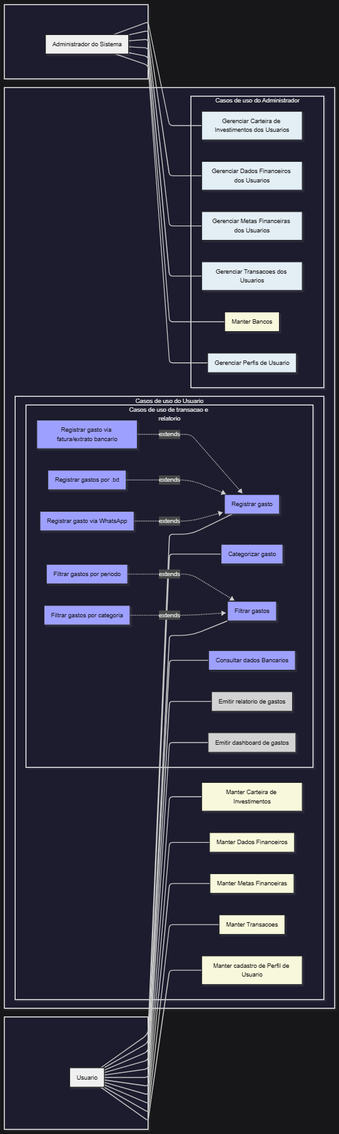
This is documentation/diagramas-e-matrizes-do-projeto/images/casos-de-uso.png from BolsoDireitoTeam/BolsoDireito, a Mermaid export, as it was before one commit. Its source is kept beside it as documentation/diagramas-e-matrizes-do-projeto/scripts-mermaid/casos-de-uso.mmd. Source of this version:
```mermaid
flowchart LR
  subgraph LEFT[" "]
    direction TB
    U["Usuario"]
  end

  subgraph SYS[" "]
    direction LR

    subgraph USERAREA["Casos de uso do Usuario"]
      direction TB
      UCI["Manter Carteira de Investimentos"]
      UDF["Manter Dados Financeiros"]
      UMF["Manter Metas Financeiras"]
      UTR["Manter Transacoes"]
      UPU["Manter cadastro de Perfil de Usuario"]

      subgraph DET["Casos de uso de transacao e relatorio"]
        direction TB
        REGM["Registrar gasto"]
        REGW["Registrar gasto via WhatsApp"]
        REGT["Registrar gastos por .txt"]
        REXT["Registrar gasto via fatura/extrato bancario"]
        CATG["Categorizar gasto"]
        FILT["Filtrar gastos"]
        FILC["Filtrar gastos por categoria"]
        FILP["Filtrar gastos por periodo"]
        RBC["Consultar dados Bancarios"]
        RPDF["Emitir relatorio de gastos"]
        RDASH["Emitir dashboard de gastos"]
      end
    end

    subgraph ADMINAREA["Casos de uso do Administrador"]
      direction TB
      ACI["Gerenciar Carteira de Investimentos dos Usuarios"]
      ADF["Gerenciar Dados Financeiros dos Usuarios"]
      AMF["Gerenciar Metas Financeiras dos Usuarios"]
      ATR["Gerenciar Transacoes dos Usuarios"]
      ABC["Manter Bancos"]
      APU["Gerenciar Perfis de Usuario"]
    end
  end

  subgraph RIGHT[" "]
    direction TB
    A["Administrador do Sistema"]
  end

  U --- UCI
  U --- UDF
  U --- UMF
  U --- UTR
  U --- UPU

  A --- ACI
  A --- ADF
  A --- AMF
  A --- ATR
  A --- ABC
  A --- APU

  U --- REGM
  U --- CATG
  U --- FILT
  U --- RBC
  U --- RPDF
  U --- RDASH

  REGW -.->|extends| REGM
  REGT -.->|extends| REGM
  REXT -.->|extends| REGM

  FILC -.->|extends| FILT
  FILP -.->|extends| FILT

  classDef papeisUsuario fill:#f0f0f0,stroke:#222,stroke-width:2px,color:#111;
  classDef crud fill:#f8f8dc,stroke:#222,stroke-width:1.5px,color:#111;
  classDef gerencia fill:#e3eef5,stroke:#222,stroke-width:1.5px,color:#111;
  classDef transacao fill:#9ea0ff,stroke:#222,stroke-width:1.5px,color:#111;
  classDef relatorio fill:#d3d3d3,stroke:#222,stroke-width:1.5px,color:#111;
  classDef invisivel fill:transparent,stroke:transparent,color:transparent;

  class U,A papeisUsuario;
  class UCI,UDF,UMF,UTR,UPU,ABC crud;
  class APU,ACI,ADF,AMF,ATR gerencia;
  class RBC,REGM,REGW,REGT,CATG,FILT,FILC,FILP,REXT transacao;
  class RPDF,RDASH relatorio;
```
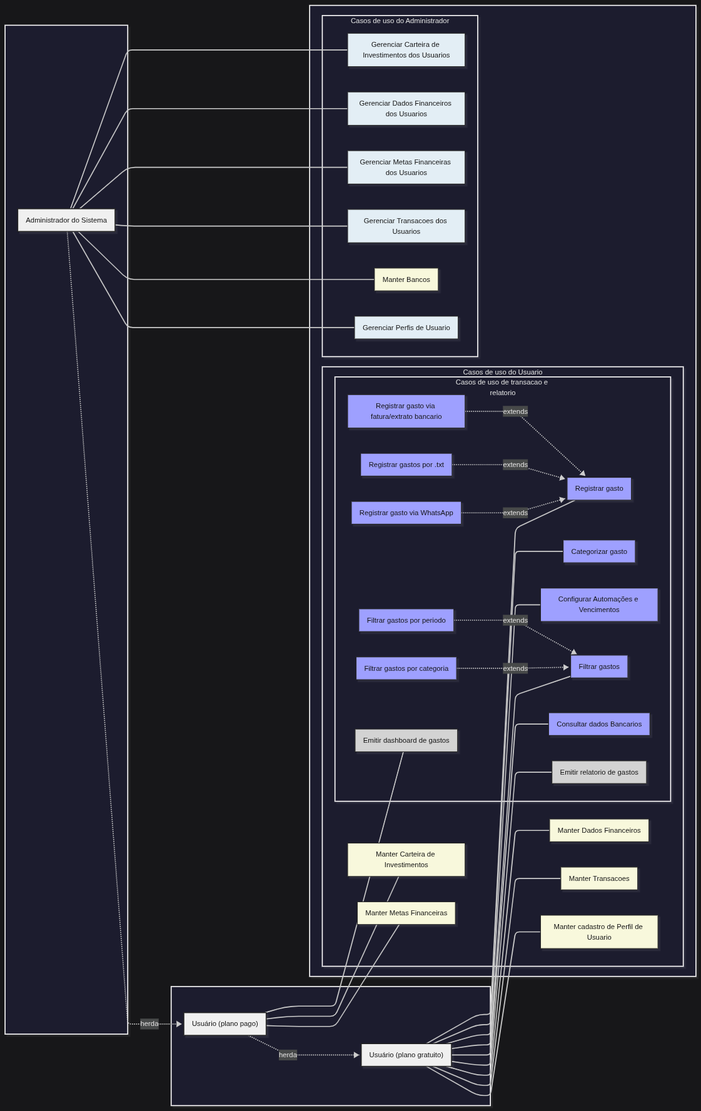
After the change.

Change to the diagram source:
```diff
@@ -1,7 +1,8 @@
 flowchart LR
   subgraph LEFT[" "]
     direction TB
-    U["Usuario"]
+    UG["Usuário (plano gratuito)"]
+    UP["Usuário (plano pago)"]
   end
 
   subgraph SYS[" "]
@@ -22,6 +23,7 @@
         REGT["Registrar gastos por .txt"]
         REXT["Registrar gasto via fatura/extrato bancario"]
         CATG["Categorizar gasto"]
+        AUTM["Configurar Automações e Vencimentos"]
         FILT["Filtrar gastos"]
         FILC["Filtrar gastos por categoria"]
         FILP["Filtrar gastos por periodo"]
@@ -47,12 +49,15 @@
     A["Administrador do Sistema"]
   end
 
-  U --- UCI
-  U --- UDF
-  U --- UMF
-  U --- UTR
-  U --- UPU
+  UG --- UDF
+  UG --- UTR
+  UG --- UPU
 
+  UP -.->|herda| UG
+  UP --- UCI
+  UP --- UMF
+
+  A -.->|herda| UP
   A --- ACI
   A --- ADF
   A --- AMF
@@ -60,12 +65,14 @@
   A --- ABC
   A --- APU
 
-  U --- REGM
-  U --- CATG
-  U --- FILT
-  U --- RBC
-  U --- RPDF
-  U --- RDASH
+  UG --- REGM
+  UG --- CATG
+  UG --- AUTM
+  UG --- FILT
+  UG --- RBC
+  UG --- RPDF
+
+  UP --- RDASH
 
   REGW -.->|extends| REGM
   REGT -.->|extends| REGM
@@ -81,8 +88,8 @@
   classDef relatorio fill:#d3d3d3,stroke:#222,stroke-width:1.5px,color:#111;
   classDef invisivel fill:transparent,stroke:transparent,color:transparent;
 
-  class U,A papeisUsuario;
+  class UG,UP,A papeisUsuario;
   class UCI,UDF,UMF,UTR,UPU,ABC crud;
   class APU,ACI,ADF,AMF,ATR gerencia;
-  class RBC,REGM,REGW,REGT,CATG,FILT,FILC,FILP,REXT transacao;
+  class RBC,REGM,REGW,REGT,CATG,FILT,FILC,FILP,REXT,AUTM transacao;
   class RPDF,RDASH relatorio;
```
